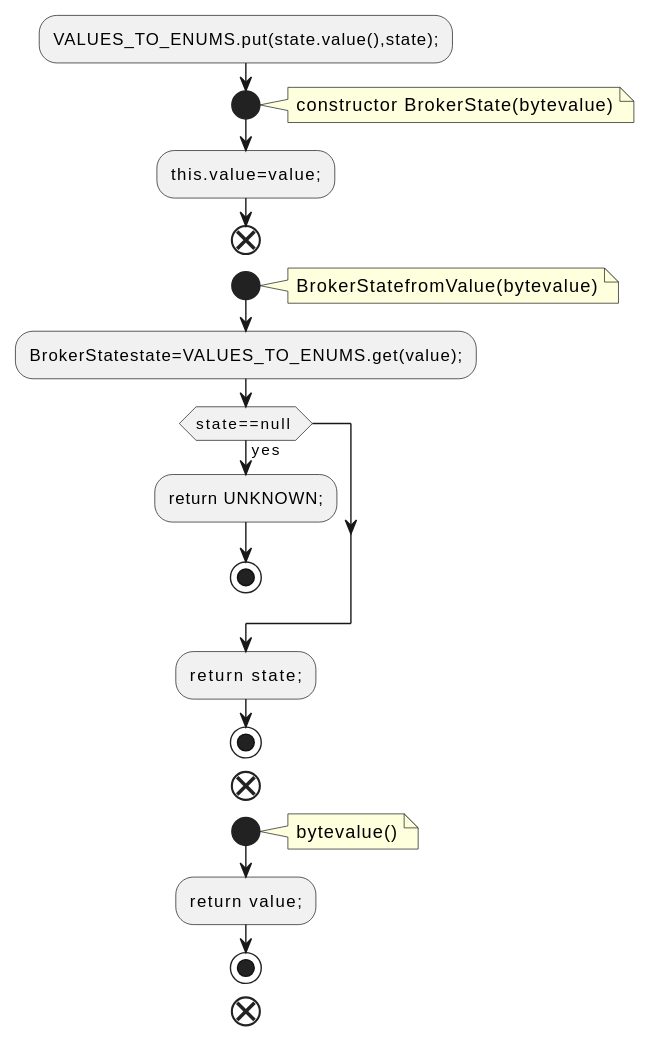
The PlantUML diagram docs/qc/metadata/src/main/java/org/apache/kafka/metadata/BrokerState.java.fct.svg in qualitesys/kafka, before a commit.
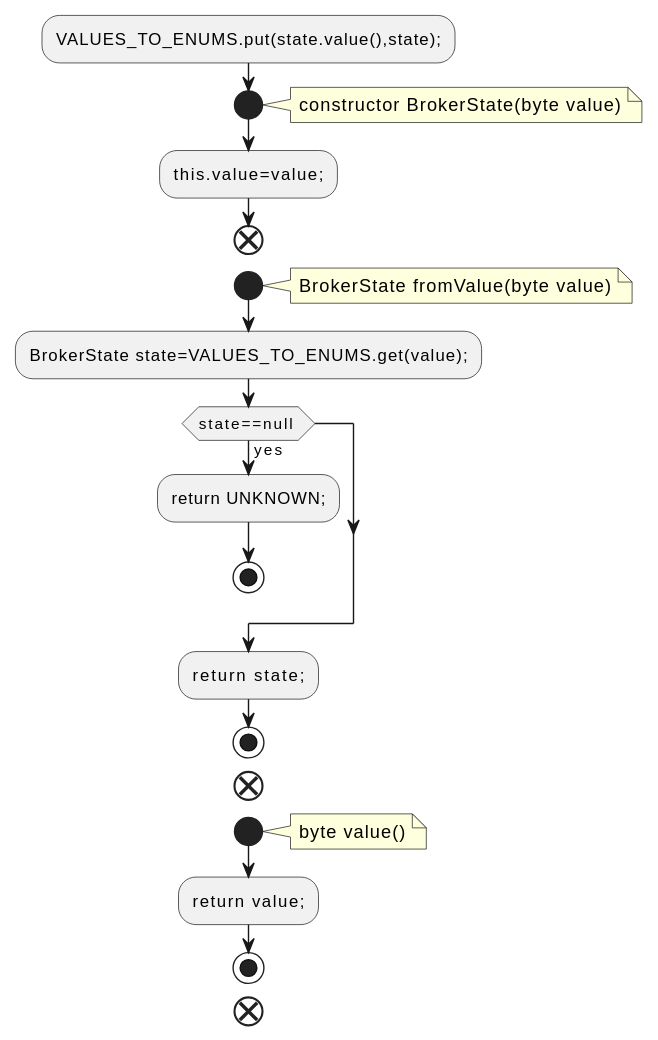
After the commit.

The edit, as a diff of the source:
```diff
@@ -3,15 +3,15 @@
 :VALUES_TO_ENUMS.put(state.value(),state);;
 start
 note right
-constructor BrokerState(bytevalue)
+constructor BrokerState(byte value)
 end note
 :this.value=value;;
 end
 start
 note right
-BrokerStatefromValue(bytevalue)
+BrokerState fromValue(byte value)
 end note
-:BrokerStatestate=VALUES_TO_ENUMS.get(value);;
+:BrokerState state=VALUES_TO_ENUMS.get(value);;
 if (state==null ) then (yes)
 :return UNKNOWN;;
 stop
@@ -21,7 +21,7 @@
 end
 start
 note right
-bytevalue()
+byte value()
 end note
 :return value;;
 stop
```
